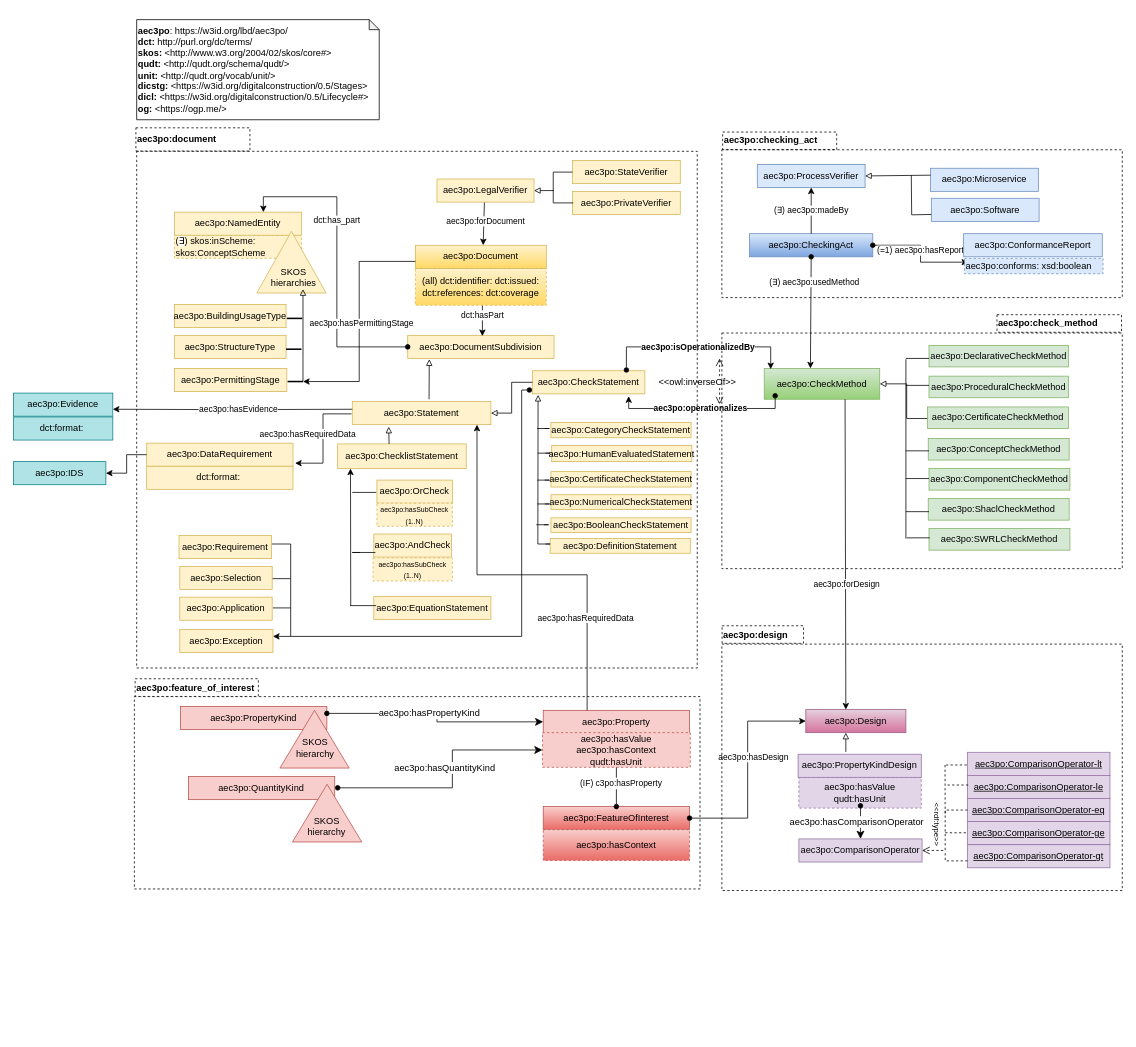
Earlier version of the draw.io diagram page "aec3po_v1.0.0_Modules" (18 of 48) of src/aec3po.drawio (Accord-Project/aec3po). Source tidied: cells renumbered, new cells numbered last; positions are measured from the earlier drawing's top-left corner, leaving out a move shared by most shapes. Both pictures are drawn from the tidied source at 77%, with x=0, y=0 at pixel (13, 13).
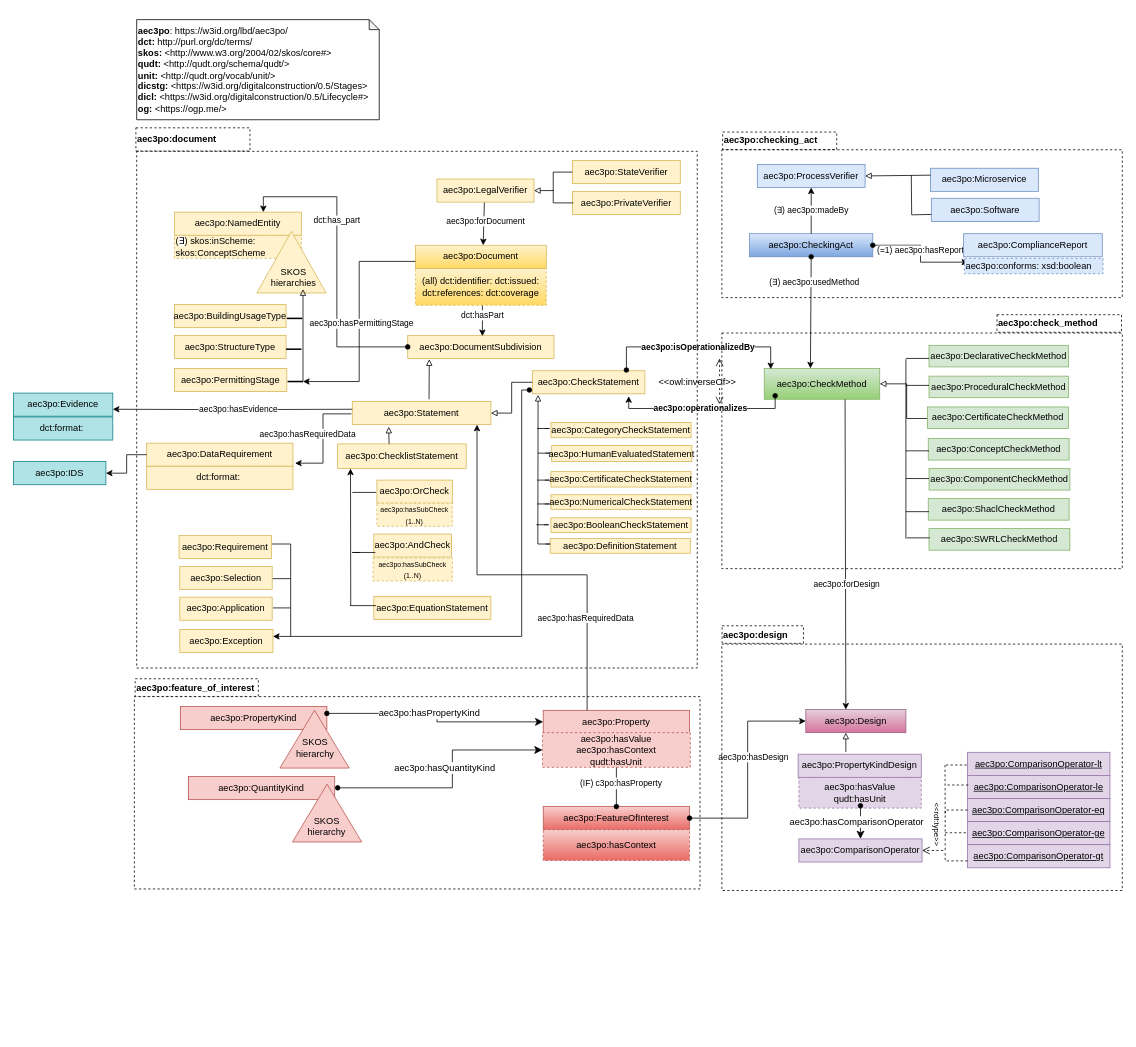
Above is the later version.

What changed in the source:
```diff
@@
-    <mxCell id="28" value="aec3po:ConformanceReport" style="rounded=0;whiteSpace=wrap;html=1;snapToPoint=1;points=[[0.1,0],[0.2,0],[0.3,0],[0.4,0],[0.5,0],[0.6,0],[0.7,0],[0.8,0],[0.9,0],[0,0.1],[0,0.3],[0,0.5],[0,0.7],[0,0.9],[0.1,1],[0.2,1],[0.3,1],[0.4,1],[0.5,1],[0.6,1],[0.7,1],[0.8,1],[0.9,1],[1,0.1],[1,0.3],[1,0.5],[1,0.7],[1,0.9]];fillColor=#dae8fc;strokeColor=#6c8ebf;" parent="1" vertex="1">
+    <mxCell id="28" value="aec3po:ComplianceReport" style="rounded=0;whiteSpace=wrap;html=1;snapToPoint=1;points=[[0.1,0],[0.2,0],[0.3,0],[0.4,0],[0.5,0],[0.6,0],[0.7,0],[0.8,0],[0.9,0],[0,0.1],[0,0.3],[0,0.5],[0,0.7],[0,0.9],[0.1,1],[0.2,1],[0.3,1],[0.4,1],[0.5,1],[0.6,1],[0.7,1],[0.8,1],[0.9,1],[1,0.1],[1,0.3],[1,0.5],[1,0.7],[1,0.9]];fillColor=#dae8fc;strokeColor=#6c8ebf;" parent="1" vertex="1">
       <mxGeometry x="1234" y="286" width="180" height="30" as="geometry" />
     </mxCell>
```
